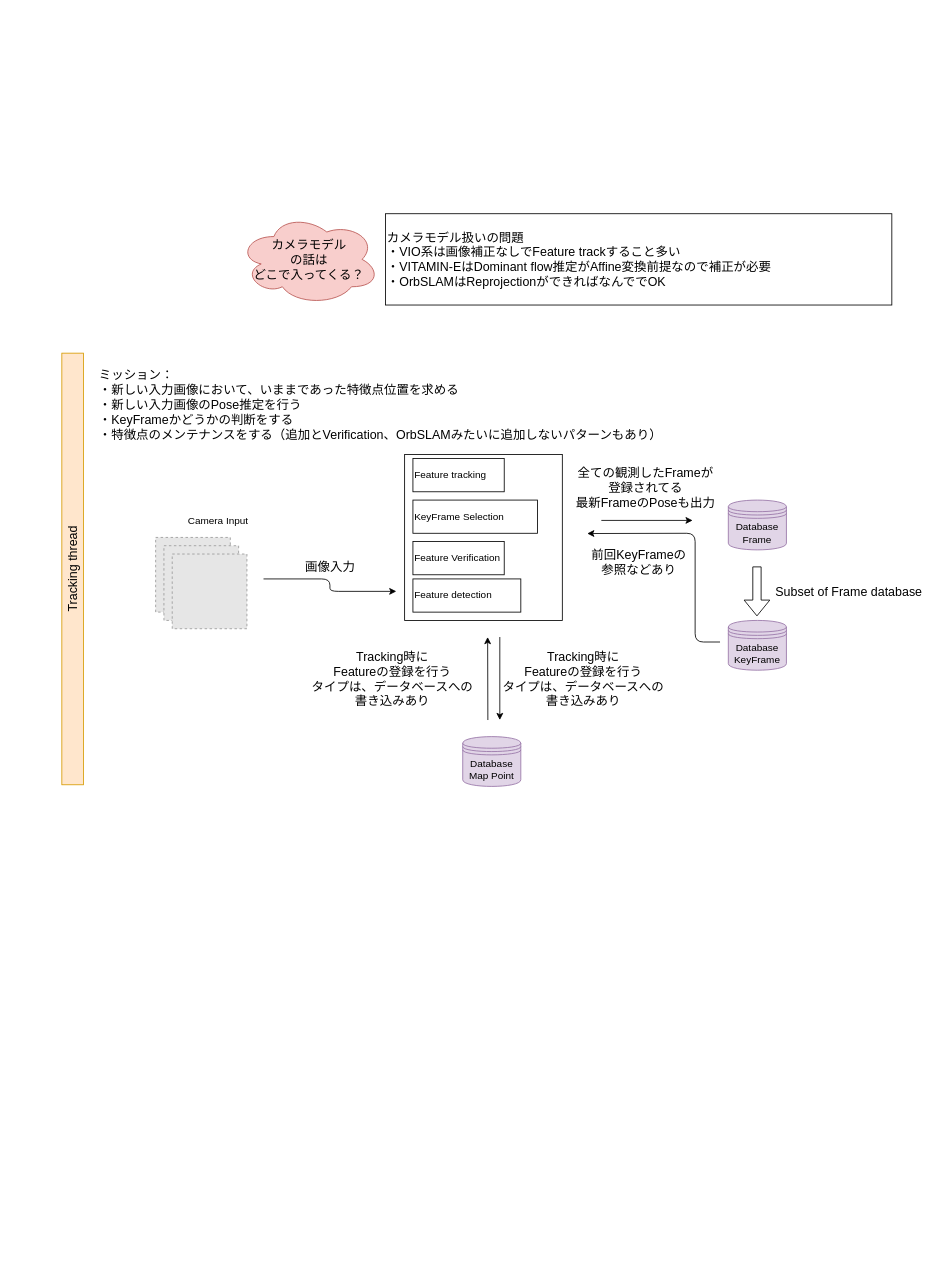
The draw.io diagram page "Proposed-Frontend" (2 of 2) of docs/VSLAM-Fontend.drawio in eryeden/vi-slam, before the edit. Source tidied: cells renumbered, new cells numbered last; positions are measured from the earlier drawing's top-left corner, leaving out a move shared by most shapes. Both pictures are drawn from the tidied source at 83%, with x=0, y=0 at pixel (-144, 213). Pictures stored in the file or linked from it are replaced by grey dashed boxes.
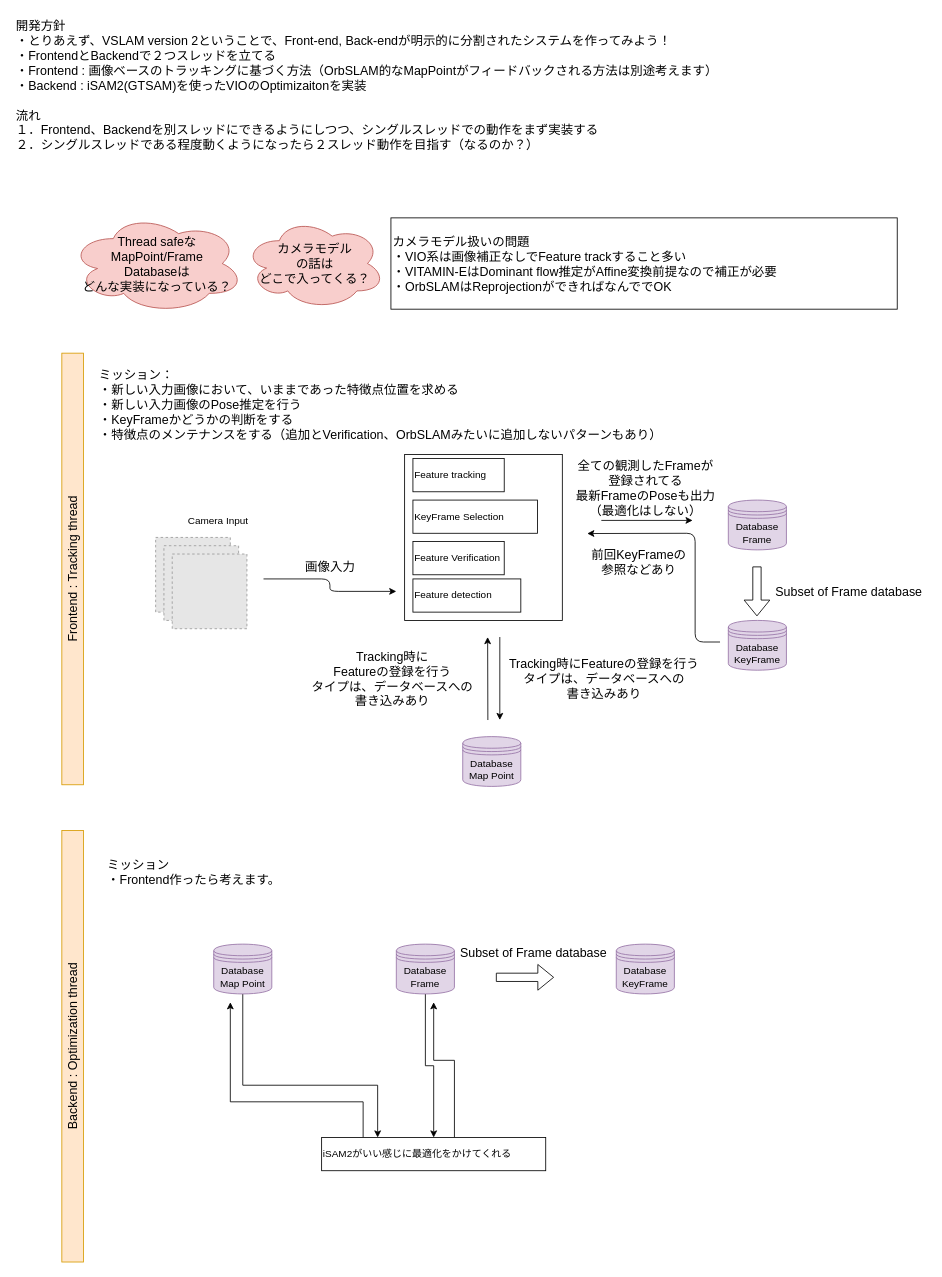
The same diagram, later.

The edit, as a diff of the source:
```diff
@@
-    <mxCell id="7" value="Tracking thread" style="rounded=0;whiteSpace=wrap;html=1;align=center;rotation=-90;fillColor=#ffe6cc;strokeColor=#d79b00;fontSize=15;" parent="1" vertex="1">
+    <mxCell id="7" value="Frontend : Tracking thread" style="rounded=0;whiteSpace=wrap;html=1;align=center;rotation=-90;fillColor=#ffe6cc;strokeColor=#d79b00;fontSize=15;" parent="1" vertex="1">
       <mxGeometry y="415" width="520" height="26" as="geometry" />
     </mxCell>
@@
-    <mxCell id="17" value="Tracking時に&lt;br&gt;Featureの登録を行う&lt;br&gt;タイプは、データベースへの&lt;br&gt;書き込みあり" style="text;html=1;align=center;verticalAlign=middle;fontSize=15;" parent="1" vertex="1">
-      <mxGeometry x="770" y="520" width="210" height="80" as="geometry" />
+    <mxCell id="17" value="Tracking時にFeatureの登録を行う&lt;br&gt;タイプは、データベースへの&lt;br&gt;書き込みあり" style="text;html=1;align=center;verticalAlign=middle;fontSize=15;" parent="1" vertex="1">
+      <mxGeometry x="780" y="530" width="240" height="60" as="geometry" />
     </mxCell>
@@
-    <mxCell id="22" value="全ての観測したFrameが&lt;br&gt;登録されてる&lt;br&gt;最新FrameのPoseも出力" style="text;html=1;align=center;verticalAlign=middle;fontSize=15;" parent="1" vertex="1">
-      <mxGeometry x="860" y="300" width="180" height="60" as="geometry" />
+    <mxCell id="22" value="全ての観測したFrameが&lt;br&gt;登録されてる&lt;br&gt;最新FrameのPoseも出力&lt;br&gt;（最適化はしない）" style="text;html=1;align=center;verticalAlign=middle;fontSize=15;" parent="1" vertex="1">
+      <mxGeometry x="860" y="290" width="180" height="80" as="geometry" />
     </mxCell>
@@
     <mxCell id="28" value="カメラモデル&lt;br&gt;の話は&lt;br&gt;どこで入ってくる？" style="ellipse;shape=cloud;whiteSpace=wrap;html=1;strokeColor=#b85450;strokeWidth=1;fontSize=15;fillColor=#f8cecc;" parent="1" vertex="1">
-      <mxGeometry x="460" width="170" height="110" as="geometry" />
+      <mxGeometry x="466.5" y="5" width="170" height="110" as="geometry" />
     </mxCell>
     <mxCell id="29" value="カメラモデル扱いの問題&lt;br&gt;・VIO系は画像補正なしでFeature trackすること多い&lt;br&gt;・VITAMIN-EはDominant flow推定がAffine変換前提なので補正が必要&lt;br&gt;・OrbSLAMはReprojectionができればなんででOK" style="rounded=0;whiteSpace=wrap;html=1;strokeColor=#000000;strokeWidth=1;fontSize=15;align=left;" parent="1" vertex="1">
-      <mxGeometry x="637" width="610" height="110" as="geometry" />
+      <mxGeometry x="643.5" y="5" width="610" height="110" as="geometry" />
     </mxCell>
+    <mxCell id="30" value="開発方針&lt;br&gt;・とりあえず、VSLAM version 2ということで、Front-end, Back-endが明示的に分割されたシステムを作ってみよう！&lt;br&gt;・FrontendとBackendで２つスレッドを立てる&lt;br&gt;・Frontend : 画像ベースのトラッキングに基づく方法（OrbSLAM的なMapPointがフィードバックされる方法は別途考えます）&lt;br&gt;・Backend : iSAM2(GTSAM)を使ったVIOのOptimizaitonを実装&lt;br&gt;&lt;br&gt;流れ&lt;br&gt;１．Frontend、Backendを別スレッドにできるようにしつつ、シングルスレッドでの動作をまず実装する&lt;br&gt;２．シングルスレッドである程度動くようになったら２スレッド動作を目指す（なるのか？）" style="text;html=1;align=left;verticalAlign=middle;fontSize=15;" parent="1" vertex="1">
+      <mxGeometry x="190" y="-240" width="860" height="170" as="geometry" />
+    </mxCell>
+    <mxCell id="31" value="Backend : Optimization thread" style="rounded=0;whiteSpace=wrap;html=1;align=center;rotation=-90;fillColor=#ffe6cc;strokeColor=#d79b00;fontSize=15;" parent="1" vertex="1">
+      <mxGeometry y="990" width="520" height="26" as="geometry" />
+    </mxCell>
+    <mxCell id="32" style="edgeStyle=orthogonalEdgeStyle;rounded=0;jettySize=auto;html=1;entryX=0.25;entryY=0;entryDx=0;entryDy=0;fontSize=15;" parent="1" edge="1" source="33" target="41">
+      <mxGeometry relative="1" as="geometry">
+        <Array as="points">
+          <mxPoint x="465" y="1050" />
+          <mxPoint x="628" y="1050" />
+        </Array>
+      </mxGeometry>
+    </mxCell>
+    <mxCell id="33" value="Database&lt;br&gt;Map Point" style="shape=datastore;whiteSpace=wrap;html=1;fillColor=#e1d5e7;strokeColor=#9673a6;" parent="1" vertex="1">
+      <mxGeometry x="430" y="880" width="70" height="60" as="geometry" />
+    </mxCell>
+    <mxCell id="34" style="edgeStyle=orthogonalEdgeStyle;rounded=0;jettySize=auto;html=1;fontSize=15;" parent="1" edge="1" source="35" target="41">
+      <mxGeometry relative="1" as="geometry" />
+    </mxCell>
+    <mxCell id="35" value="Database&lt;br&gt;Frame" style="shape=datastore;whiteSpace=wrap;html=1;fillColor=#e1d5e7;strokeColor=#9673a6;" parent="1" vertex="1">
+      <mxGeometry x="650" y="880" width="70" height="60" as="geometry" />
+    </mxCell>
+    <mxCell id="36" value="Database&lt;br&gt;KeyFrame" style="shape=datastore;whiteSpace=wrap;html=1;fillColor=#e1d5e7;strokeColor=#9673a6;" parent="1" vertex="1">
+      <mxGeometry x="915" y="880" width="70" height="60" as="geometry" />
+    </mxCell>
+    <mxCell id="37" style="shape=flexArrow;endArrow=classic;html=1;fontSize=15;" parent="1" edge="1">
+      <mxGeometry relative="1" as="geometry">
+        <mxPoint x="770" y="920" as="sourcePoint" />
+        <mxPoint x="840" y="920" as="targetPoint" />
+      </mxGeometry>
+    </mxCell>
+    <mxCell id="38" value="Subset of Frame database" style="text;html=1;align=center;verticalAlign=middle;fontSize=15;" parent="1" vertex="1">
+      <mxGeometry x="720" y="880" width="190" height="20" as="geometry" />
+    </mxCell>
+    <mxCell id="39" style="edgeStyle=orthogonalEdgeStyle;rounded=0;jettySize=auto;html=1;fontSize=15;" parent="1" edge="1" source="41">
+      <mxGeometry relative="1" as="geometry">
+        <mxPoint x="450" y="950" as="targetPoint" />
+        <Array as="points">
+          <mxPoint x="610" y="1070" />
+          <mxPoint x="450" y="1070" />
+        </Array>
+      </mxGeometry>
+    </mxCell>
+    <mxCell id="40" style="edgeStyle=orthogonalEdgeStyle;rounded=0;jettySize=auto;html=1;fontSize=15;" parent="1" edge="1" source="41">
+      <mxGeometry relative="1" as="geometry">
+        <mxPoint x="695" y="950" as="targetPoint" />
+        <Array as="points">
+          <mxPoint x="720" y="1020" />
+          <mxPoint x="695" y="1020" />
+        </Array>
+      </mxGeometry>
+    </mxCell>
+    <mxCell id="41" value="iSAM2がいい感じに最適化をかけてくれる" style="rounded=0;whiteSpace=wrap;html=1;align=left;" parent="1" vertex="1">
+      <mxGeometry x="560" y="1113" width="270" height="40" as="geometry" />
+    </mxCell>
+    <mxCell id="42" value="ミッション&lt;br&gt;・Frontend作ったら考えます。" style="text;html=1;align=left;verticalAlign=middle;fontSize=15;" parent="1" vertex="1">
+      <mxGeometry x="300" y="773" width="220" height="40" as="geometry" />
+    </mxCell>
+    <mxCell id="43" value="Thread safeな&lt;br&gt;MapPoint/Frame&lt;br&gt;Databaseは&lt;br&gt;どんな実装になっている？" style="ellipse;shape=cloud;whiteSpace=wrap;html=1;strokeColor=#b85450;strokeWidth=1;fontSize=15;fillColor=#f8cecc;" parent="1" vertex="1">
+      <mxGeometry x="256.5" width="210" height="120" as="geometry" />
+    </mxCell>
```
